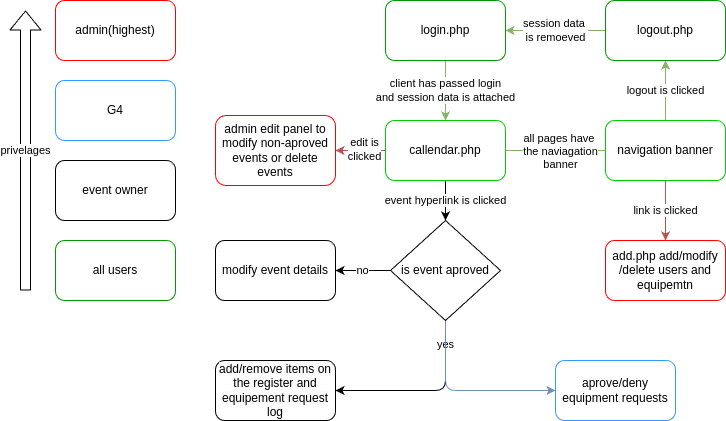
Earlier version of the draw.io export flowcharts/graph of link structure.png (Artermes27/cadet-management-app). Source tidied: cells renumbered, new cells last; positions are measured from the earlier drawing's top-left corner, leaving out a move shared by most shapes. The source it was exported from:
```xml
<mxGraphModel>
  <root>
    <mxCell id="0" />
    <mxCell id="1" parent="0" />
    <mxCell id="2" value="&lt;font style=&quot;color: rgb(0, 0, 0);&quot;&gt;client has passed login&lt;/font&gt;&lt;div&gt;&lt;font style=&quot;color: rgb(0, 0, 0);&quot;&gt;and session data is attached&lt;/font&gt;&lt;/div&gt;" style="edgeStyle=none;html=1;fillColor=#d5e8d4;strokeColor=#82b366;" parent="1" edge="1" source="3" target="7">
      <mxGeometry relative="1" as="geometry" />
    </mxCell>
    <mxCell id="3" value="login.php" style="rounded=1;whiteSpace=wrap;html=1;strokeColor=#009900;" parent="1" vertex="1">
      <mxGeometry x="360" width="120" height="60" as="geometry" />
    </mxCell>
    <mxCell id="4" style="edgeStyle=none;html=1;entryX=1;entryY=0.5;entryDx=0;entryDy=0;fillColor=#f8cecc;strokeColor=#b85450;" parent="1" edge="1" source="7" target="18">
      <mxGeometry relative="1" as="geometry" />
    </mxCell>
    <mxCell id="5" value="&lt;font style=&quot;color: rgb(0, 0, 0);&quot;&gt;edit is&lt;/font&gt;&lt;div&gt;&lt;span style=&quot;background-color: light-dark(#ffffff, var(--ge-dark-color, #121212));&quot;&gt;&lt;font style=&quot;color: rgb(0, 0, 0);&quot;&gt;clicked&lt;/font&gt;&lt;/span&gt;&lt;/div&gt;" style="edgeLabel;html=1;align=center;verticalAlign=middle;" parent="4" vertex="1">
      <mxGeometry x="-0.12" y="-2" relative="1" as="geometry" />
    </mxCell>
    <mxCell id="6" value="event hyperlink is clicked" style="edgeStyle=none;html=1;entryX=0.5;entryY=0;entryDx=0;entryDy=0;" parent="1" edge="1" source="7">
      <mxGeometry relative="1" as="geometry">
        <mxPoint x="420" y="220" as="targetPoint" />
      </mxGeometry>
    </mxCell>
    <mxCell id="7" value="callendar.php" style="rounded=1;whiteSpace=wrap;html=1;strokeColor=#00CC00;" parent="1" vertex="1">
      <mxGeometry x="360" y="120" width="120" height="60" as="geometry" />
    </mxCell>
    <mxCell id="8" value="logout is clicked" style="edgeStyle=none;html=1;entryX=0.5;entryY=1;entryDx=0;entryDy=0;fillColor=#d5e8d4;strokeColor=#82b366;" parent="1" edge="1" source="9" target="14">
      <mxGeometry relative="1" as="geometry" />
    </mxCell>
    <mxCell id="9" value="navigation banner" style="rounded=1;whiteSpace=wrap;html=1;strokeColor=#00CC00;" parent="1" vertex="1">
      <mxGeometry x="580" y="120" width="120" height="60" as="geometry" />
    </mxCell>
    <mxCell id="10" value="all users" style="rounded=1;whiteSpace=wrap;html=1;strokeColor=#009900;" parent="1" vertex="1">
      <mxGeometry x="30" y="240" width="120" height="60" as="geometry" />
    </mxCell>
    <mxCell id="11" value="admin(highest)" style="rounded=1;whiteSpace=wrap;html=1;strokeColor=#FF0000;" parent="1" vertex="1">
      <mxGeometry x="30" width="120" height="60" as="geometry" />
    </mxCell>
    <mxCell id="12" value="G4" style="rounded=1;whiteSpace=wrap;html=1;strokeColor=#3399FF;" parent="1" vertex="1">
      <mxGeometry x="30" y="80" width="120" height="60" as="geometry" />
    </mxCell>
    <mxCell id="13" value="&lt;font style=&quot;color: rgb(0, 0, 0);&quot;&gt;session data&amp;nbsp;&lt;/font&gt;&lt;div&gt;&lt;font style=&quot;color: rgb(0, 0, 0);&quot;&gt;is remoeved&lt;/font&gt;&lt;/div&gt;" style="edgeStyle=none;html=1;fillColor=#d5e8d4;strokeColor=#82b366;" parent="1" edge="1" source="14" target="3">
      <mxGeometry relative="1" as="geometry" />
    </mxCell>
    <mxCell id="14" value="logout.php" style="rounded=1;whiteSpace=wrap;html=1;strokeColor=#009900;" parent="1" vertex="1">
      <mxGeometry x="580" width="120" height="60" as="geometry" />
    </mxCell>
    <mxCell id="15" style="endArrow=none;html=1;entryX=0;entryY=0.5;entryDx=0;entryDy=0;exitX=1;exitY=0.5;exitDx=0;exitDy=0;fillColor=#d5e8d4;strokeColor=#82b366;" parent="1" edge="1" source="7" target="9">
      <mxGeometry relative="1" as="geometry" />
    </mxCell>
    <mxCell id="16" value="&lt;font style=&quot;color: rgb(0, 0, 0);&quot;&gt;all pages have&amp;nbsp;&lt;/font&gt;&lt;div&gt;&lt;font style=&quot;color: rgb(0, 0, 0);&quot;&gt;the naviagation&lt;/font&gt;&lt;/div&gt;&lt;div&gt;&lt;font style=&quot;color: rgb(0, 0, 0);&quot;&gt;banner&lt;/font&gt;&lt;/div&gt;" style="edgeLabel;html=1;align=center;verticalAlign=middle;" parent="15" vertex="1">
      <mxGeometry x="-0.11" y="4" relative="1" as="geometry">
        <mxPoint x="10" y="4" as="offset" />
      </mxGeometry>
    </mxCell>
    <mxCell id="17" value="event owner" style="rounded=1;whiteSpace=wrap;html=1;" parent="1" vertex="1">
      <mxGeometry x="30" y="160" width="120" height="60" as="geometry" />
    </mxCell>
    <mxCell id="18" value="admin edit panel to modify non-aproved events or delete events" style="rounded=1;whiteSpace=wrap;html=1;strokeColor=#FF0000;" parent="1" vertex="1">
      <mxGeometry x="190" y="115" width="120" height="70" as="geometry" />
    </mxCell>
    <mxCell id="19" value="modify event details" style="rounded=1;whiteSpace=wrap;html=1;" parent="1" vertex="1">
      <mxGeometry x="190" y="240" width="120" height="60" as="geometry" />
    </mxCell>
    <mxCell id="20" value="no" style="edgeStyle=none;html=1;entryX=1;entryY=0.5;entryDx=0;entryDy=0;" parent="1" edge="1" source="24" target="19">
      <mxGeometry relative="1" as="geometry" />
    </mxCell>
    <mxCell id="21" style="edgeStyle=none;html=1;entryX=1;entryY=0.5;entryDx=0;entryDy=0;exitX=0.5;exitY=1;exitDx=0;exitDy=0;" parent="1" edge="1" source="24" target="26">
      <mxGeometry relative="1" as="geometry">
        <Array as="points">
          <mxPoint x="420" y="390" />
        </Array>
      </mxGeometry>
    </mxCell>
    <mxCell id="22" value="&lt;span style=&quot;color: rgb(0, 0, 0);&quot;&gt;yes&lt;/span&gt;" style="edgeLabel;html=1;align=center;verticalAlign=middle;" parent="21" vertex="1">
      <mxGeometry x="-0.74" y="-1" relative="1" as="geometry" />
    </mxCell>
    <mxCell id="23" style="edgeStyle=none;html=1;entryX=0;entryY=0.5;entryDx=0;entryDy=0;fillColor=#dae8fc;strokeColor=#6c8ebf;" parent="1" edge="1" source="24" target="27">
      <mxGeometry relative="1" as="geometry">
        <Array as="points">
          <mxPoint x="420" y="390" />
        </Array>
      </mxGeometry>
    </mxCell>
    <mxCell id="24" value="is event aproved" style="rhombus;whiteSpace=wrap;html=1;" parent="1" vertex="1">
      <mxGeometry x="365" y="220" width="110" height="100" as="geometry" />
    </mxCell>
    <mxCell id="25" value="privelages" style="shape=flexArrow;endArrow=classic;html=1;" parent="1" edge="1">
      <mxGeometry relative="1" as="geometry">
        <mxPoint y="290" as="sourcePoint" />
        <mxPoint y="10" as="targetPoint" />
      </mxGeometry>
    </mxCell>
    <mxCell id="26" value="&lt;span style=&quot;color: rgb(0, 0, 0); font-family: Helvetica; font-size: 12px; font-style: normal; font-variant-ligatures: normal; font-variant-caps: normal; font-weight: 400; letter-spacing: normal; orphans: 2; text-align: center; text-indent: 0px; text-transform: none; widows: 2; word-spacing: 0px; -webkit-text-stroke-width: 0px; white-space: normal; background-color: rgb(251, 251, 251); text-decoration-thickness: initial; text-decoration-style: initial; text-decoration-color: initial; display: inline !important; float: none;&quot;&gt;add/remove items on the register and equipement request log&lt;/span&gt;" style="rounded=1;whiteSpace=wrap;html=1;" parent="1" vertex="1">
      <mxGeometry x="190" y="360" width="120" height="60" as="geometry" />
    </mxCell>
    <mxCell id="27" value="aprove/deny equipment requests" style="rounded=1;whiteSpace=wrap;html=1;strokeColor=#3399FF;" parent="1" vertex="1">
      <mxGeometry x="530" y="360" width="120" height="60" as="geometry" />
    </mxCell>
    <mxCell id="28" value="add.php add/modify /delete users and equipemtn" style="rounded=1;whiteSpace=wrap;html=1;strokeColor=#FF0000;" parent="1" vertex="1">
      <mxGeometry x="580" y="240" width="120" height="60" as="geometry" />
    </mxCell>
    <mxCell id="29" value="link is clicked" style="edgeStyle=none;html=1;entryX=0.5;entryY=0;entryDx=0;entryDy=0;fillColor=#f8cecc;strokeColor=#b85450;" parent="1" edge="1" source="9" target="28">
      <mxGeometry relative="1" as="geometry" />
    </mxCell>
  </root>
</mxGraphModel>
```
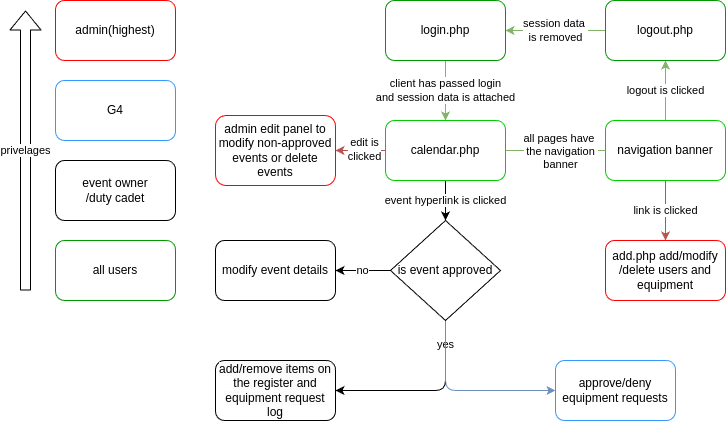
After the change.

The edit, as a diff of the source:
```diff
@@ -19,7 +19,7 @@
         <mxPoint x="420" y="220" as="targetPoint" />
       </mxGeometry>
     </mxCell>
-    <mxCell id="7" value="callendar.php" style="rounded=1;whiteSpace=wrap;html=1;strokeColor=#00CC00;" parent="1" vertex="1">
+    <mxCell id="7" value="calendar.php" style="rounded=1;whiteSpace=wrap;html=1;strokeColor=#00CC00;" parent="1" vertex="1">
       <mxGeometry x="360" y="120" width="120" height="60" as="geometry" />
     </mxCell>
     <mxCell id="8" value="logout is clicked" style="edgeStyle=none;html=1;entryX=0.5;entryY=1;entryDx=0;entryDy=0;fillColor=#d5e8d4;strokeColor=#82b366;" parent="1" edge="1" source="9" target="14">
@@ -37,7 +37,7 @@
     <mxCell id="12" value="G4" style="rounded=1;whiteSpace=wrap;html=1;strokeColor=#3399FF;" parent="1" vertex="1">
       <mxGeometry x="30" y="80" width="120" height="60" as="geometry" />
     </mxCell>
-    <mxCell id="13" value="&lt;font style=&quot;color: rgb(0, 0, 0);&quot;&gt;session data&amp;nbsp;&lt;/font&gt;&lt;div&gt;&lt;font style=&quot;color: rgb(0, 0, 0);&quot;&gt;is remoeved&lt;/font&gt;&lt;/div&gt;" style="edgeStyle=none;html=1;fillColor=#d5e8d4;strokeColor=#82b366;" parent="1" edge="1" source="14" target="3">
+    <mxCell id="13" value="&lt;font style=&quot;color: rgb(0, 0, 0);&quot;&gt;session data&amp;nbsp;&lt;/font&gt;&lt;div&gt;&lt;font style=&quot;color: rgb(0, 0, 0);&quot;&gt;is removed&lt;/font&gt;&lt;/div&gt;" style="edgeStyle=none;html=1;fillColor=#d5e8d4;strokeColor=#82b366;" parent="1" edge="1" source="14" target="3">
       <mxGeometry relative="1" as="geometry" />
     </mxCell>
     <mxCell id="14" value="logout.php" style="rounded=1;whiteSpace=wrap;html=1;strokeColor=#009900;" parent="1" vertex="1">
@@ -46,15 +46,15 @@
     <mxCell id="15" style="endArrow=none;html=1;entryX=0;entryY=0.5;entryDx=0;entryDy=0;exitX=1;exitY=0.5;exitDx=0;exitDy=0;fillColor=#d5e8d4;strokeColor=#82b366;" parent="1" edge="1" source="7" target="9">
       <mxGeometry relative="1" as="geometry" />
     </mxCell>
-    <mxCell id="16" value="&lt;font style=&quot;color: rgb(0, 0, 0);&quot;&gt;all pages have&amp;nbsp;&lt;/font&gt;&lt;div&gt;&lt;font style=&quot;color: rgb(0, 0, 0);&quot;&gt;the naviagation&lt;/font&gt;&lt;/div&gt;&lt;div&gt;&lt;font style=&quot;color: rgb(0, 0, 0);&quot;&gt;banner&lt;/font&gt;&lt;/div&gt;" style="edgeLabel;html=1;align=center;verticalAlign=middle;" parent="15" vertex="1">
+    <mxCell id="16" value="&lt;font style=&quot;color: rgb(0, 0, 0);&quot;&gt;all pages have&amp;nbsp;&lt;/font&gt;&lt;div&gt;&lt;font style=&quot;color: rgb(0, 0, 0);&quot;&gt;the navigation&lt;/font&gt;&lt;/div&gt;&lt;div&gt;&lt;font style=&quot;color: rgb(0, 0, 0);&quot;&gt;banner&lt;/font&gt;&lt;/div&gt;" style="edgeLabel;html=1;align=center;verticalAlign=middle;" parent="15" vertex="1">
       <mxGeometry x="-0.11" y="4" relative="1" as="geometry">
         <mxPoint x="10" y="4" as="offset" />
       </mxGeometry>
     </mxCell>
-    <mxCell id="17" value="event owner" style="rounded=1;whiteSpace=wrap;html=1;" parent="1" vertex="1">
+    <mxCell id="17" value="event owner&lt;div&gt;/duty cadet&lt;/div&gt;" style="rounded=1;whiteSpace=wrap;html=1;" parent="1" vertex="1">
       <mxGeometry x="30" y="160" width="120" height="60" as="geometry" />
     </mxCell>
-    <mxCell id="18" value="admin edit panel to modify non-aproved events or delete events" style="rounded=1;whiteSpace=wrap;html=1;strokeColor=#FF0000;" parent="1" vertex="1">
+    <mxCell id="18" value="admin edit panel to modify non-approved events or delete events" style="rounded=1;whiteSpace=wrap;html=1;strokeColor=#FF0000;" parent="1" vertex="1">
       <mxGeometry x="190" y="115" width="120" height="70" as="geometry" />
     </mxCell>
     <mxCell id="19" value="modify event details" style="rounded=1;whiteSpace=wrap;html=1;" parent="1" vertex="1">
@@ -80,7 +80,7 @@
         </Array>
       </mxGeometry>
     </mxCell>
-    <mxCell id="24" value="is event aproved" style="rhombus;whiteSpace=wrap;html=1;" parent="1" vertex="1">
+    <mxCell id="24" value="is event approved" style="rhombus;whiteSpace=wrap;html=1;" parent="1" vertex="1">
       <mxGeometry x="365" y="220" width="110" height="100" as="geometry" />
     </mxCell>
     <mxCell id="25" value="privelages" style="shape=flexArrow;endArrow=classic;html=1;" parent="1" edge="1">
@@ -89,13 +89,13 @@
         <mxPoint y="10" as="targetPoint" />
       </mxGeometry>
     </mxCell>
-    <mxCell id="26" value="&lt;span style=&quot;color: rgb(0, 0, 0); font-family: Helvetica; font-size: 12px; font-style: normal; font-variant-ligatures: normal; font-variant-caps: normal; font-weight: 400; letter-spacing: normal; orphans: 2; text-align: center; text-indent: 0px; text-transform: none; widows: 2; word-spacing: 0px; -webkit-text-stroke-width: 0px; white-space: normal; background-color: rgb(251, 251, 251); text-decoration-thickness: initial; text-decoration-style: initial; text-decoration-color: initial; display: inline !important; float: none;&quot;&gt;add/remove items on the register and equipement request log&lt;/span&gt;" style="rounded=1;whiteSpace=wrap;html=1;" parent="1" vertex="1">
+    <mxCell id="26" value="&lt;span style=&quot;color: rgb(0, 0, 0); font-family: Helvetica; font-size: 12px; font-style: normal; font-variant-ligatures: normal; font-variant-caps: normal; font-weight: 400; letter-spacing: normal; orphans: 2; text-align: center; text-indent: 0px; text-transform: none; widows: 2; word-spacing: 0px; -webkit-text-stroke-width: 0px; white-space: normal; background-color: rgb(251, 251, 251); text-decoration-thickness: initial; text-decoration-style: initial; text-decoration-color: initial; float: none; display: inline !important;&quot;&gt;add/remove items on the register and equipment request log&lt;/span&gt;" style="rounded=1;whiteSpace=wrap;html=1;" parent="1" vertex="1">
       <mxGeometry x="190" y="360" width="120" height="60" as="geometry" />
     </mxCell>
-    <mxCell id="27" value="aprove/deny equipment requests" style="rounded=1;whiteSpace=wrap;html=1;strokeColor=#3399FF;" parent="1" vertex="1">
+    <mxCell id="27" value="approve/deny equipment requests" style="rounded=1;whiteSpace=wrap;html=1;strokeColor=#3399FF;" parent="1" vertex="1">
       <mxGeometry x="530" y="360" width="120" height="60" as="geometry" />
     </mxCell>
-    <mxCell id="28" value="add.php add/modify /delete users and equipemtn" style="rounded=1;whiteSpace=wrap;html=1;strokeColor=#FF0000;" parent="1" vertex="1">
+    <mxCell id="28" value="add.php add/modify /delete users and equipment" style="rounded=1;whiteSpace=wrap;html=1;strokeColor=#FF0000;" parent="1" vertex="1">
       <mxGeometry x="580" y="240" width="120" height="60" as="geometry" />
     </mxCell>
     <mxCell id="29" value="link is clicked" style="edgeStyle=none;html=1;entryX=0.5;entryY=0;entryDx=0;entryDy=0;fillColor=#f8cecc;strokeColor=#b85450;" parent="1" edge="1" source="9" target="28">
```
